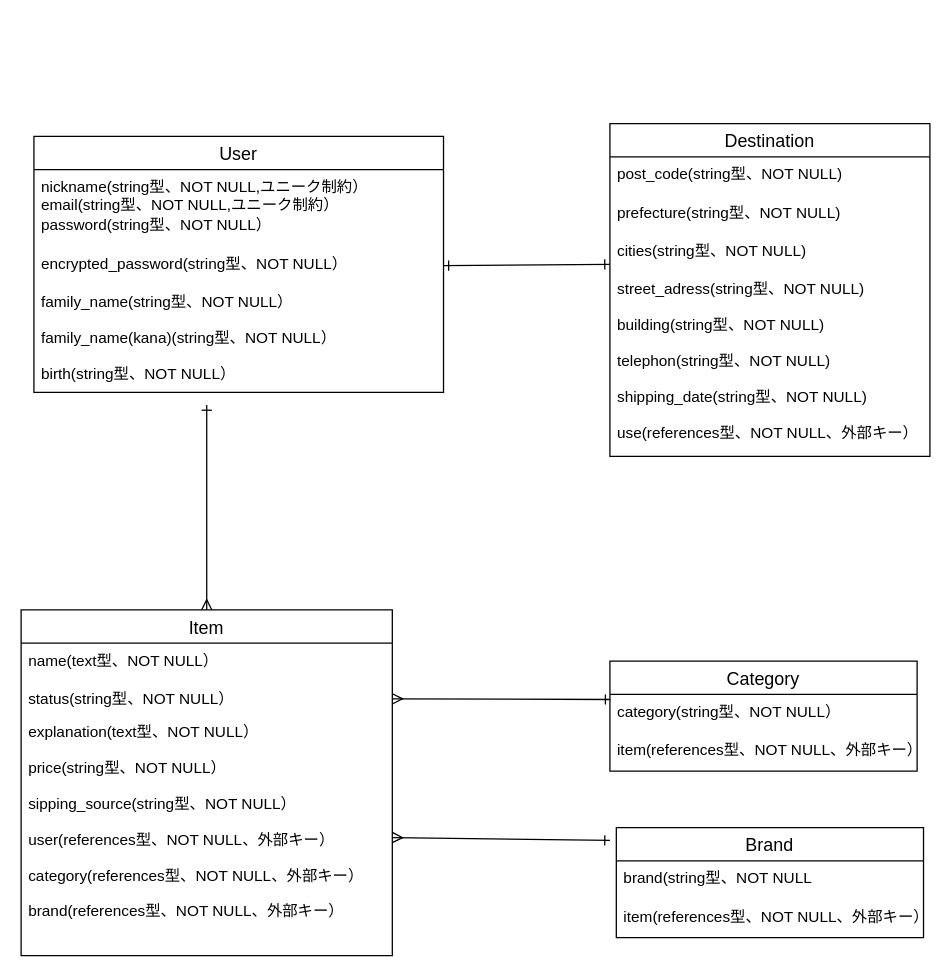
Earlier version of the draw.io diagram test.dio (tenntenn6/furima-39959). Source tidied: cells renumbered, new cells numbered last; positions are measured from the earlier drawing's top-left corner, leaving out a move shared by most shapes. Both pictures are drawn from the tidied source at 128%, with x=0, y=0 at pixel (20, 123).
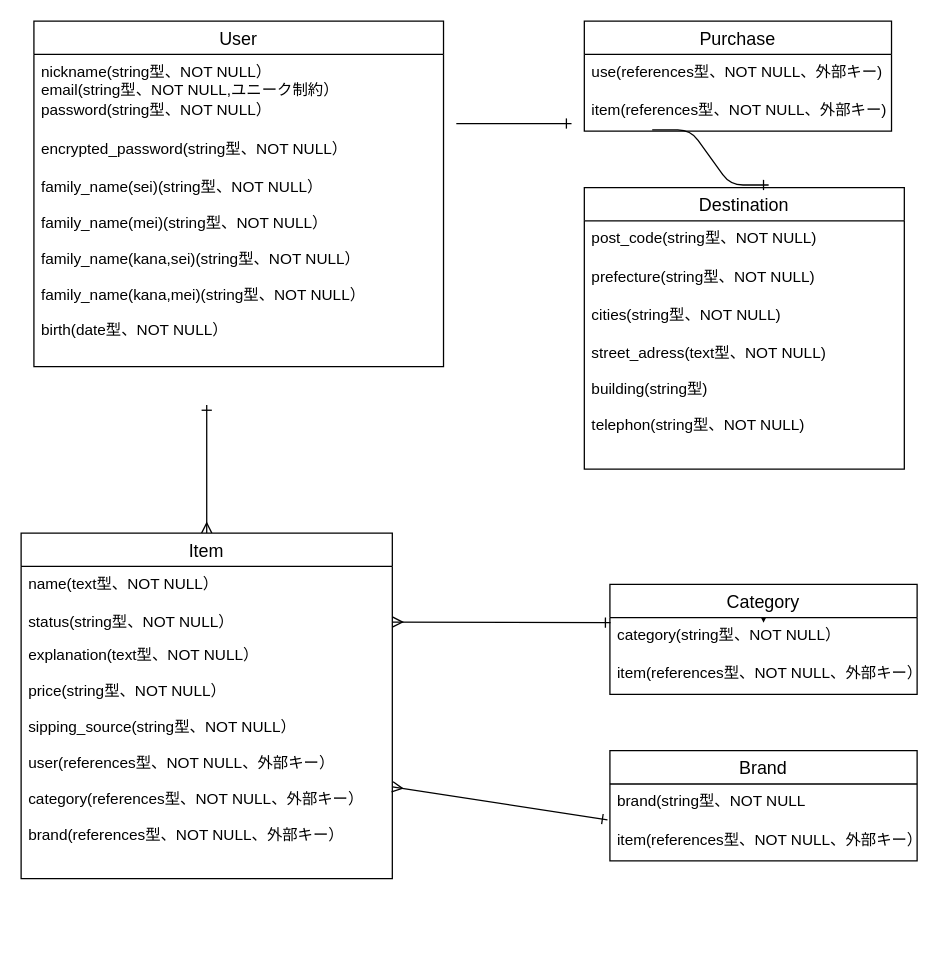
The same diagram, later.

Commit message (it also covers changes not shown here):
データベース設計の修正

Unchanged cells that the change refers to:
```xml
<mxCell id="5" value="encrypted_password(string型、NOT NULL）" style="text;strokeColor=none;fillColor=none;spacingLeft=4;spacingRight=4;overflow=hidden;points=[[0,0.5],[1,0.5]];portConstraint=eastwest;fontSize=12;" parent="2" vertex="1">
  <mxGeometry y="86" width="320" height="30" as="geometry" />
</mxCell>
<mxCell id="11" value="explanation(text型、NOT NULL）&#10;&#10;price(string型、NOT NULL）&#10;&#10;sipping_source(string型、NOT NULL）&#10;&#10;user(references型、NOT NULL、外部キー）&#10;&#10;category(references型、NOT NULL、外部キー）&#10;&#10;brand(references型、NOT NULL、外部キー）" style="text;strokeColor=none;fillColor=none;spacingLeft=4;spacingRight=4;overflow=hidden;points=[[0,0.5],[1,0.5]];portConstraint=eastwest;fontSize=12;" parent="8" vertex="1">
  <mxGeometry y="82" width="290" height="188" as="geometry" />
</mxCell>
<mxCell id="15" value="cities(string型、NOT NULL)" style="text;strokeColor=none;fillColor=none;spacingLeft=4;spacingRight=4;overflow=hidden;points=[[0,0.5],[1,0.5]];portConstraint=eastwest;fontSize=12;" parent="12" vertex="1">
  <mxGeometry y="86" width="250" height="30" as="geometry" />
</mxCell>
<mxCell id="21" value="brand(string型、NOT NULL" style="text;strokeColor=none;fillColor=none;spacingLeft=4;spacingRight=4;overflow=hidden;points=[[0,0.5],[1,0.5]];portConstraint=eastwest;fontSize=12;" parent="20" vertex="1">
  <mxGeometry y="26" width="240" height="30" as="geometry" />
</mxCell>
```

Change to the diagram source:
```diff
@@
     <mxCell id="2" value="User" style="swimlane;fontStyle=0;horizontal=1;startSize=26;align=center;fontSize=14;" parent="1" vertex="1">
-      <mxGeometry x="10" y="10" width="320" height="200" as="geometry" />
+      <mxGeometry x="10" y="-80" width="320" height="270" as="geometry" />
     </mxCell>
-    <mxCell id="3" value="nickname(string型、NOT NULL,ユニーク制約）&#10;email(string型、NOT NULL,ユニーク制約）&#10;&#10;" style="text;strokeColor=none;fillColor=none;spacingLeft=4;spacingRight=4;overflow=hidden;fontSize=12;" parent="2" vertex="1">
+    <mxCell id="3" value="nickname(string型、NOT NULL）&#10;email(string型、NOT NULL,ユニーク制約）&#10;&#10;" style="text;strokeColor=none;fillColor=none;spacingLeft=4;spacingRight=4;overflow=hidden;fontSize=12;" parent="2" vertex="1">
       <mxGeometry y="26" width="320" height="30" as="geometry" />
     </mxCell>
@@
-    <mxCell id="6" value="family_name(string型、NOT NULL）&#10;&#10;family_name(kana)(string型、NOT NULL）&#10;&#10;birth(string型、NOT NULL）&#10;&#10;&#10;&#10;&#10;" style="text;strokeColor=none;fillColor=none;spacingLeft=4;spacingRight=4;overflow=hidden;fontSize=12;" parent="2" vertex="1">
-      <mxGeometry y="116" width="320" height="84" as="geometry" />
+    <mxCell id="6" value="family_name(sei)(string型、NOT NULL）&#10;&#10;family_name(mei)(string型、NOT NULL）&#10;&#10;family_name(kana,sei)(string型、NOT NULL）&#10;&#10;family_name(kana,mei)(string型、NOT NULL）&#10;&#10;birth(date型、NOT NULL）&#10;&#10;&#10;&#10;&#10;" style="text;strokeColor=none;fillColor=none;spacingLeft=4;spacingRight=4;overflow=hidden;fontSize=12;" parent="2" vertex="1">
+      <mxGeometry y="116" width="320" height="154" as="geometry" />
     </mxCell>
     <mxCell id="7" style="edgeStyle=none;html=1;endArrow=ERone;endFill=0;startArrow=ERmany;startFill=0;" parent="1" edge="1" source="8">
       <mxGeometry relative="1" as="geometry">
         <mxPoint x="145" y="220" as="targetPoint" />
+        <Array as="points">
+          <mxPoint x="145" y="270" />
+          <mxPoint x="145" y="250" />
+        </Array>
       </mxGeometry>
     </mxCell>
     <mxCell id="8" value="Item" style="swimlane;fontStyle=0;horizontal=1;startSize=26;align=center;fontSize=14;" parent="1" vertex="1">
-      <mxGeometry y="380" width="290" height="270" as="geometry" />
+      <mxGeometry y="320" width="290" height="270" as="geometry" />
     </mxCell>
@@
     <mxCell id="12" value="Destination" style="swimlane;fontStyle=0;horizontal=1;startSize=26;align=center;fontSize=14;" parent="1" vertex="1">
-      <mxGeometry x="460" width="250" height="260" as="geometry" />
+      <mxGeometry x="440" y="50" width="250" height="220" as="geometry" />
     </mxCell>
@@
-    <mxCell id="16" value="street_adress(string型、NOT NULL)&#10;&#10;building(string型、NOT NULL)&#10;&#10;telephon(string型、NOT NULL)&#10;&#10;shipping_date(string型、NOT NULL)&#10;&#10;use(references型、NOT NULL、外部キー）" style="text;strokeColor=none;fillColor=none;spacingLeft=4;spacingRight=4;overflow=hidden;fontSize=12;" parent="12" vertex="1">
-      <mxGeometry y="116" width="250" height="144" as="geometry" />
+    <mxCell id="16" value="street_adress(text型、NOT NULL)&#10;&#10;building(string型)&#10;&#10;telephon(string型、NOT NULL)&#10;&#10;&#10;" style="text;strokeColor=none;fillColor=none;spacingLeft=4;spacingRight=4;overflow=hidden;fontSize=12;" parent="12" vertex="1">
+      <mxGeometry y="116" width="250" height="104" as="geometry" />
     </mxCell>
+    <mxCell id="26" style="edgeStyle=none;html=1;exitX=0.5;exitY=0;exitDx=0;exitDy=0;" parent="1" edge="1" source="17">
+      <mxGeometry relative="1" as="geometry">
+        <mxPoint x="580" y="390" as="targetPoint" />
+      </mxGeometry>
+    </mxCell>
     <mxCell id="17" value="Category" style="swimlane;fontStyle=0;horizontal=1;startSize=26;align=center;fontSize=14;" parent="1" vertex="1">
-      <mxGeometry x="460" y="420" width="240" height="86" as="geometry" />
+      <mxGeometry x="460" y="360" width="240" height="86" as="geometry" />
     </mxCell>
@@
     <mxCell id="20" value="Brand" style="swimlane;fontStyle=0;horizontal=1;startSize=26;align=center;fontSize=14;" parent="1" vertex="1">
-      <mxGeometry x="465" y="550" width="240" height="86" as="geometry" />
+      <mxGeometry x="460" y="490" width="240" height="86" as="geometry" />
     </mxCell>
@@
-    <mxCell id="23" style="edgeStyle=none;html=1;exitX=1;exitY=0.5;exitDx=0;exitDy=0;entryX=0;entryY=0.8;entryDx=0;entryDy=0;entryPerimeter=0;startArrow=ERone;startFill=0;endArrow=ERone;endFill=0;" parent="1" edge="1" source="5" target="15">
-      <mxGeometry relative="1" as="geometry" />
-    </mxCell>
-    <mxCell id="24" style="edgeStyle=none;html=1;startArrow=ERmany;startFill=0;endArrow=ERone;endFill=0;" parent="1" edge="1" source="11">
-      <mxGeometry relative="1" as="geometry">
-        <mxPoint x="460" y="560" as="targetPoint" />
-      </mxGeometry>
+    <mxCell id="24" style="edgeStyle=none;html=1;startArrow=ERmany;startFill=0;endArrow=ERone;endFill=0;entryX=-0.008;entryY=0.933;entryDx=0;entryDy=0;entryPerimeter=0;" parent="1" edge="1" source="11" target="21">
+      <mxGeometry relative="1" as="geometry" />
     </mxCell>
@@
+    <mxCell id="27" value="Purchase" style="swimlane;fontStyle=0;horizontal=1;startSize=26;align=center;fontSize=14;" parent="1" vertex="1">
+      <mxGeometry x="440" y="-80" width="240" height="86" as="geometry" />
+    </mxCell>
+    <mxCell id="28" value="use(references型、NOT NULL、外部キー)" style="text;strokeColor=none;fillColor=none;spacingLeft=4;spacingRight=4;overflow=hidden;fontSize=12;" parent="27" vertex="1">
+      <mxGeometry y="26" width="240" height="30" as="geometry" />
+    </mxCell>
+    <mxCell id="29" value="item(references型、NOT NULL、外部キー)" style="text;strokeColor=none;fillColor=none;spacingLeft=4;spacingRight=4;overflow=hidden;points=[[0,0.5],[1,0.5]];portConstraint=eastwest;fontSize=12;" parent="27" vertex="1">
+      <mxGeometry y="56" width="240" height="30" as="geometry" />
+    </mxCell>
+    <mxCell id="30" style="edgeStyle=entityRelationEdgeStyle;fontSize=12;html=1;endArrow=ERone;endFill=1;" parent="1" edge="1">
+      <mxGeometry relative="1" as="geometry">
+        <mxPoint x="340" as="sourcePoint" />
+        <mxPoint x="430" as="targetPoint" />
+      </mxGeometry>
+    </mxCell>
+    <mxCell id="31" style="edgeStyle=entityRelationEdgeStyle;fontSize=12;html=1;endArrow=ERone;endFill=1;entryX=0.576;entryY=-0.009;entryDx=0;entryDy=0;entryPerimeter=0;exitX=0.221;exitY=0.967;exitDx=0;exitDy=0;exitPerimeter=0;" parent="1" edge="1" source="29" target="12">
+      <mxGeometry relative="1" as="geometry" />
+    </mxCell>
```
